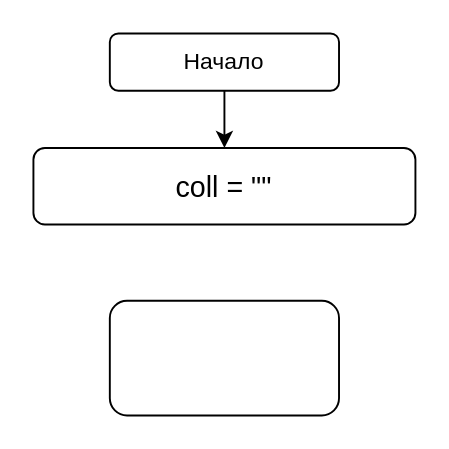
The draw.io diagram lessonsLive/collPython.drawio in MaksoN12340987/Skypro, before the edit. Source tidied: cells renumbered, new cells numbered last; positions are measured from the earlier drawing's top-left corner, leaving out a move shared by most shapes. Both pictures are drawn from the tidied source at 191%, with x=0, y=0 at pixel (32, 32).
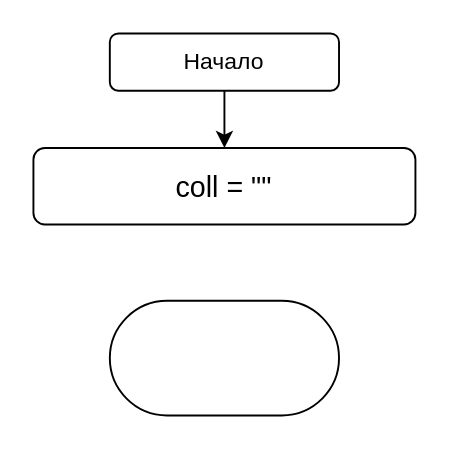
The same diagram, later.

Commit message (it also covers changes not shown here):
Home work 1 csience English

The edit, as a diff of the source:
```diff
@@
 <mxGraphModel>
   <root>
     <mxCell id="0" />
     <mxCell id="1" parent="0" />
     <mxCell id="2" style="edgeStyle=none;html=1;exitX=0.5;exitY=1;exitDx=0;exitDy=0;entryX=0.5;entryY=0;entryDx=0;entryDy=0;" parent="1" edge="1" source="3" target="4">
       <mxGeometry relative="1" as="geometry" />
     </mxCell>
     <mxCell id="3" value="Начало" style="rounded=1;whiteSpace=wrap;html=1;" parent="1" vertex="1">
       <mxGeometry x="40" width="120" height="30" as="geometry" />
     </mxCell>
     <mxCell id="4" value="coll = &quot;&quot;" style="rounded=1;whiteSpace=wrap;html=1;fontSize=15;" parent="1" vertex="1">
       <mxGeometry y="60" width="200" height="40" as="geometry" />
     </mxCell>
-    <mxCell id="5" style="rounded=1;whiteSpace=wrap;html=1;fontSize=15;" parent="1" vertex="1">
+    <mxCell id="5" style="rounded=1;whiteSpace=wrap;html=1;fontSize=15;arcSize=50;" parent="1" vertex="1">
       <mxGeometry x="40" y="140" width="120" height="60" as="geometry" />
     </mxCell>
   </root>
 </mxGraphModel>
```
